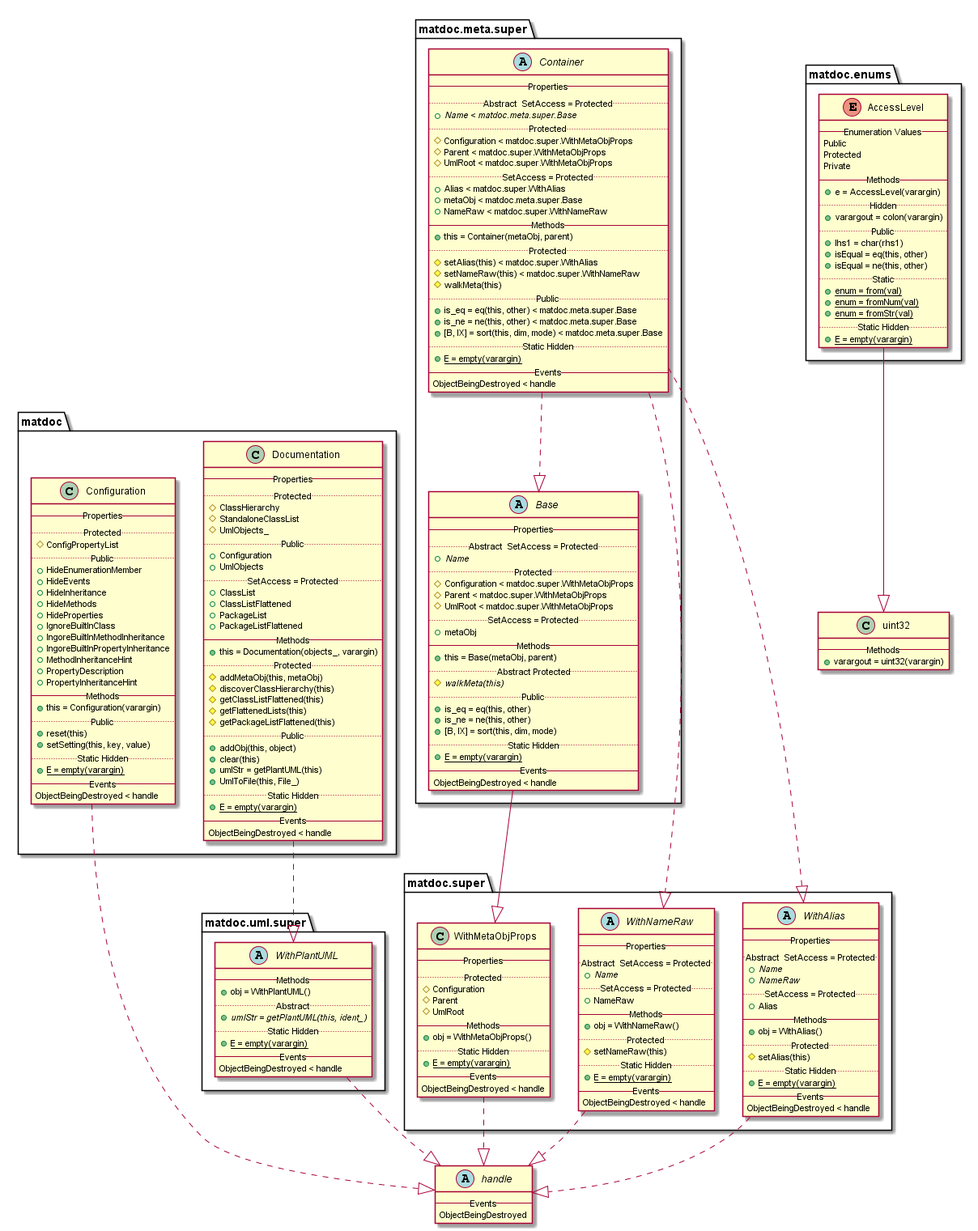
Before: doc/uml-examples/uml-diagram.png, a diagram exported from PlantUML (flxdot/matdoc).
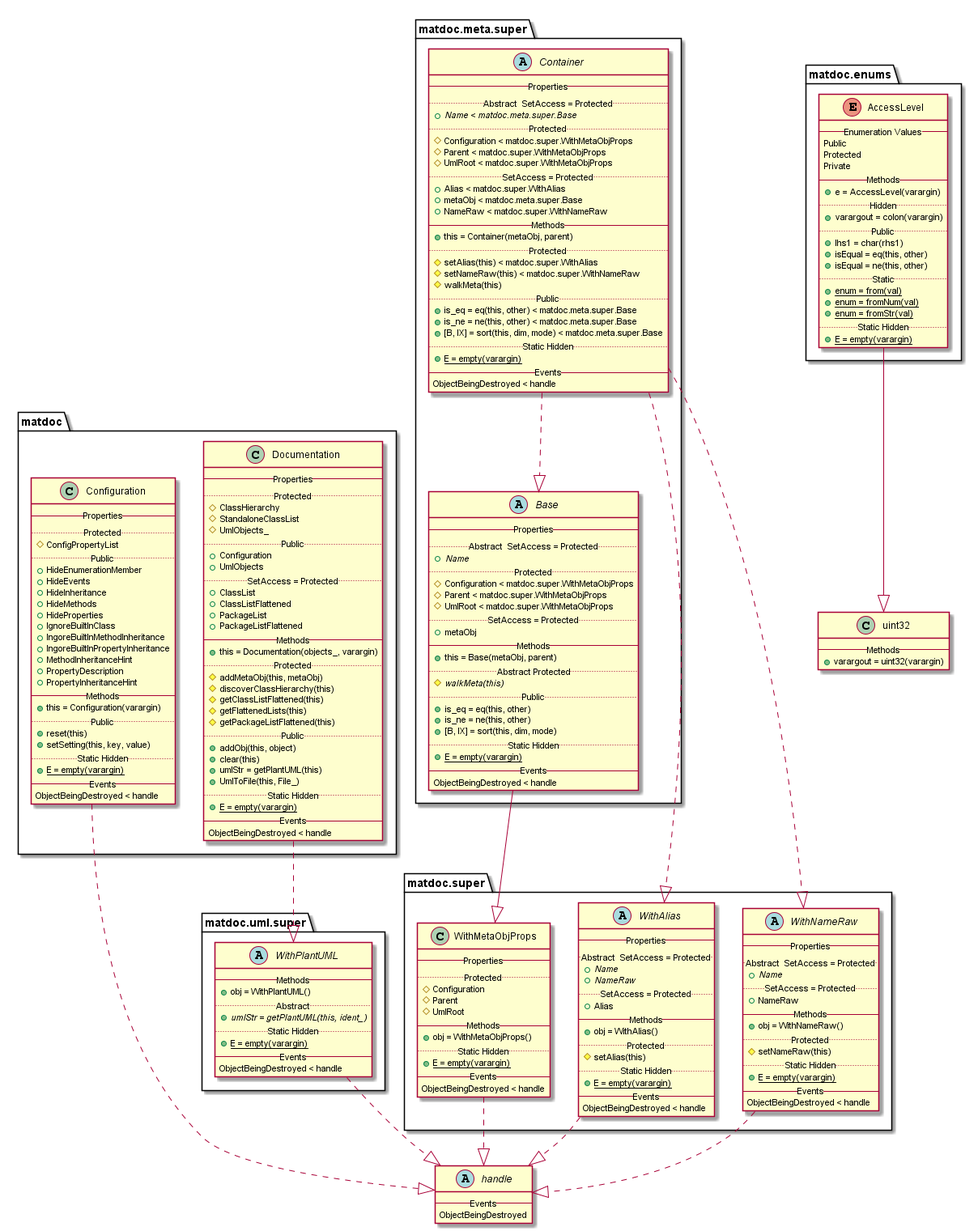
The same diagram one commit later.

The edit, as a diff of the source:
```diff
@@ -4,7 +4,6 @@
    -- Events --
    ObjectBeingDestroyed
 }
-
 
 class matdoc.Configuration {
    -- Properties --
@@ -32,8 +31,6 @@
    -- Events --
    ObjectBeingDestroyed < handle
 }
-
-matdoc.Configuration ..|> handle
 
 class matdoc.Documentation {
    -- Properties --
@@ -68,8 +65,6 @@
    ObjectBeingDestroyed < handle
 }
 
-matdoc.Documentation ..|> matdoc.uml.super.WithPlantUML
-
 enum matdoc.enums.AccessLevel {
    -- Enumeration Values --
    Public
@@ -90,8 +85,6 @@
    .. Static Hidden ..
    {method} {static} + E = empty(varargin)
 }
-
-matdoc.enums.AccessLevel --|> uint32
 
 abstract class matdoc.meta.super.Base {
    -- Properties --
@@ -116,8 +109,6 @@
    -- Events --
    ObjectBeingDestroyed < handle
 }
-
-matdoc.meta.super.Base --|> matdoc.super.WithMetaObjProps
 
 abstract class matdoc.meta.super.Container {
    -- Properties --
@@ -147,10 +138,6 @@
    ObjectBeingDestroyed < handle
 }
 
-matdoc.meta.super.Container ..|> matdoc.meta.super.Base
-matdoc.meta.super.Container ..|> matdoc.super.WithNameRaw
-matdoc.meta.super.Container ..|> matdoc.super.WithAlias
-
 abstract class matdoc.super.WithAlias {
    -- Properties --
    .. Abstract  SetAccess = Protected ..
@@ -168,8 +155,6 @@
    ObjectBeingDestroyed < handle
 }
 
-matdoc.super.WithAlias ..|> handle
-
 class matdoc.super.WithMetaObjProps {
    -- Properties --
    .. Protected ..
@@ -183,8 +168,6 @@
    -- Events --
    ObjectBeingDestroyed < handle
 }
-
-matdoc.super.WithMetaObjProps ..|> handle
 
 abstract class matdoc.super.WithNameRaw {
    -- Properties --
@@ -202,8 +185,6 @@
    ObjectBeingDestroyed < handle
 }
 
-matdoc.super.WithNameRaw ..|> handle
-
 abstract class matdoc.uml.super.WithPlantUML {
    -- Methods --
    {method} + obj = WithPlantUML()
@@ -215,12 +196,23 @@
    ObjectBeingDestroyed < handle
 }
 
-matdoc.uml.super.WithPlantUML ..|> handle
-
 class uint32 {
    -- Methods --
    {method} + varargout = uint32(varargin)
 }
 
 
+matdoc.Configuration ..|> handle
+matdoc.Documentation ..|> matdoc.uml.super.WithPlantUML
+matdoc.enums.AccessLevel --|> uint32
+matdoc.meta.super.Base --|> matdoc.super.WithMetaObjProps
+matdoc.meta.super.Container ..|> matdoc.meta.super.Base
+matdoc.meta.super.Container ..|> matdoc.super.WithNameRaw
+matdoc.meta.super.Container ..|> matdoc.super.WithAlias
+matdoc.super.WithAlias ..|> handle
+matdoc.super.WithMetaObjProps ..|> handle
+matdoc.super.WithNameRaw ..|> handle
+matdoc.uml.super.WithPlantUML ..|> handle
+
+
 @enduml
```
